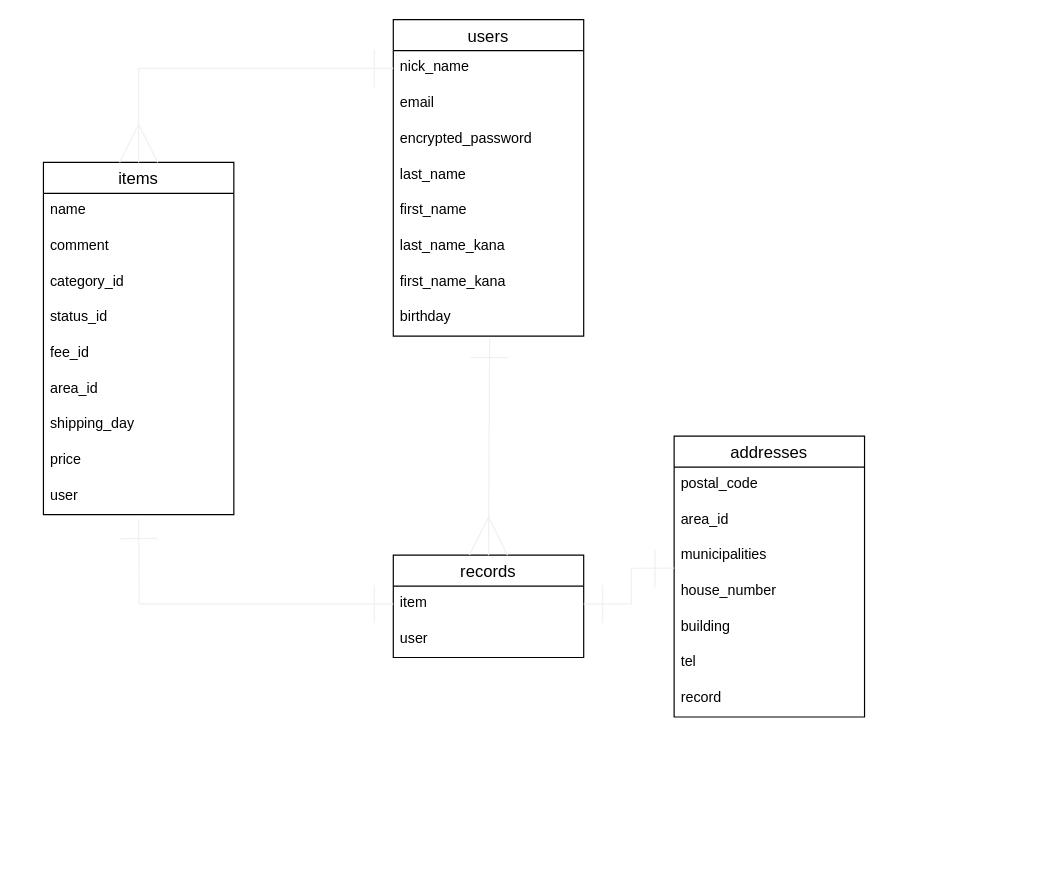
Earlier version of the draw.io diagram ER.dio (y-mak/furima-36339). Source tidied: cells renumbered, new cells numbered last; positions are measured from the earlier drawing's top-left corner, leaving out a move shared by most shapes. Both pictures are drawn from the tidied source at 119%, with x=0, y=0 at pixel (43, 19).
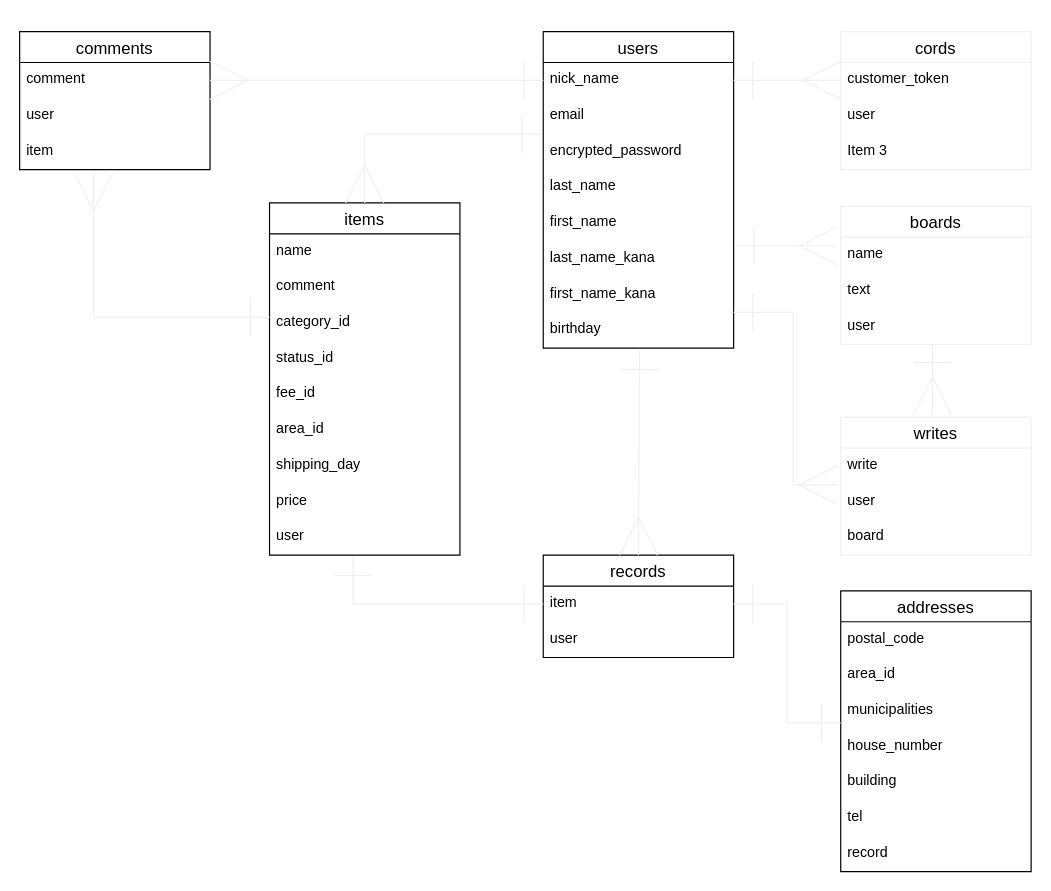
After the change.

Unchanged cells that the change refers to:
```xml
<mxCell id="11" value="user" style="text;strokeColor=none;fillColor=none;spacingLeft=4;spacingRight=4;overflow=hidden;points=[[0,0.5],[1,0.5]];portConstraint=eastwest;fontSize=12;" parent="2" vertex="1">
  <mxGeometry y="266" width="160" height="30" as="geometry" />
</mxCell>
<mxCell id="13" value="nick_name" style="text;strokeColor=none;fillColor=none;spacingLeft=4;spacingRight=4;overflow=hidden;points=[[0,0.5],[1,0.5]];portConstraint=eastwest;fontSize=12;" parent="12" vertex="1">
  <mxGeometry y="26" width="160" height="30" as="geometry" />
</mxCell>
<mxCell id="15" value="encrypted_password" style="text;strokeColor=none;fillColor=none;spacingLeft=4;spacingRight=4;overflow=hidden;points=[[0,0.5],[1,0.5]];portConstraint=eastwest;fontSize=12;" parent="12" vertex="1">
  <mxGeometry y="86" width="160" height="30" as="geometry" />
</mxCell>
<mxCell id="18" value="last_name_kana" style="text;strokeColor=none;fillColor=none;spacingLeft=4;spacingRight=4;overflow=hidden;points=[[0,0.5],[1,0.5]];portConstraint=eastwest;fontSize=12;" parent="12" vertex="1">
  <mxGeometry y="176" width="160" height="30" as="geometry" />
</mxCell>
<mxCell id="22" value="item" style="text;strokeColor=none;fillColor=none;spacingLeft=4;spacingRight=4;overflow=hidden;points=[[0,0.5],[1,0.5]];portConstraint=eastwest;fontSize=12;" parent="21" vertex="1">
  <mxGeometry y="26" width="160" height="30" as="geometry" />
</mxCell>
```

What changed in the source:
```diff
@@
     <mxCell id="2" value="items" style="swimlane;fontStyle=0;horizontal=1;startSize=26;align=center;fontSize=14;" parent="1" vertex="1">
-      <mxGeometry y="120" width="160" height="296" as="geometry" />
+      <mxGeometry x="190" y="154" width="160" height="296" as="geometry" />
     </mxCell>
@@
     <mxCell id="12" value="users" style="swimlane;fontStyle=0;horizontal=1;startSize=26;align=center;fontSize=14;" parent="1" vertex="1">
-      <mxGeometry x="294" width="160" height="266" as="geometry" />
+      <mxGeometry x="420" y="10" width="160" height="266" as="geometry" />
     </mxCell>
@@
     <mxCell id="21" value="records" style="swimlane;fontStyle=0;horizontal=1;startSize=26;align=center;fontSize=14;" parent="1" vertex="1">
-      <mxGeometry x="294" y="450" width="160" height="86" as="geometry" />
+      <mxGeometry x="420" y="450" width="160" height="86" as="geometry" />
     </mxCell>
@@
     <mxCell id="24" value="addresses" style="swimlane;fontStyle=0;horizontal=1;startSize=26;align=center;fontSize=14;" parent="1" vertex="1">
-      <mxGeometry x="530" y="350" width="160" height="236" as="geometry" />
+      <mxGeometry x="670" y="480" width="160" height="236" as="geometry" />
     </mxCell>
@@
-    <mxCell id="32" style="edgeStyle=orthogonalEdgeStyle;rounded=0;jettySize=auto;html=1;exitX=0;exitY=0.5;exitDx=0;exitDy=0;entryX=0.5;entryY=0;entryDx=0;entryDy=0;startArrow=ERone;startFill=0;endArrow=ERmany;endFill=0;startSize=30;strokeColor=#f0f0f0;endSize=30;" parent="1" edge="1" source="13" target="2">
-      <mxGeometry relative="1" as="geometry" />
+    <mxCell id="32" style="edgeStyle=orthogonalEdgeStyle;rounded=0;jettySize=auto;html=1;entryX=0.5;entryY=0;entryDx=0;entryDy=0;startArrow=ERone;startFill=0;endArrow=ERmany;endFill=0;startSize=30;strokeColor=#f0f0f0;endSize=30;exitX=-0.012;exitY=0;exitDx=0;exitDy=0;exitPerimeter=0;" parent="1" edge="1" source="15" target="2">
+      <mxGeometry relative="1" as="geometry">
+        <Array as="points">
+          <mxPoint x="270" y="96" />
+        </Array>
+      </mxGeometry>
     </mxCell>
@@
-    <mxCell id="34" style="edgeStyle=orthogonalEdgeStyle;rounded=0;jettySize=auto;html=1;exitX=0;exitY=0.5;exitDx=0;exitDy=0;startArrow=ERone;startFill=0;endArrow=ERone;endFill=0;startSize=30;endSize=30;strokeColor=#f0f0f0;" parent="1" edge="1" source="22">
+    <mxCell id="34" style="edgeStyle=orthogonalEdgeStyle;rounded=0;jettySize=auto;html=1;exitX=0;exitY=0.5;exitDx=0;exitDy=0;startArrow=ERone;startFill=0;endArrow=ERone;endFill=0;startSize=30;endSize=30;strokeColor=#f0f0f0;entryX=0.438;entryY=1.033;entryDx=0;entryDy=0;entryPerimeter=0;" parent="1" edge="1" source="22" target="11">
       <mxGeometry relative="1" as="geometry">
-        <mxPoint x="80" y="420" as="targetPoint" />
+        <Array as="points">
+          <mxPoint x="260" y="491" />
+        </Array>
       </mxGeometry>
     </mxCell>
@@
+    <mxCell id="36" value="comments" style="swimlane;fontStyle=0;horizontal=1;startSize=26;align=center;fontSize=14;" parent="1" vertex="1">
+      <mxGeometry x="-20" y="10" width="160" height="116" as="geometry" />
+    </mxCell>
+    <mxCell id="37" value="comment" style="text;strokeColor=none;fillColor=none;spacingLeft=4;spacingRight=4;overflow=hidden;points=[[0,0.5],[1,0.5]];portConstraint=eastwest;fontSize=12;" parent="36" vertex="1">
+      <mxGeometry y="26" width="160" height="30" as="geometry" />
+    </mxCell>
+    <mxCell id="38" value="user" style="text;strokeColor=none;fillColor=none;spacingLeft=4;spacingRight=4;overflow=hidden;fontSize=12;" parent="36" vertex="1">
+      <mxGeometry y="56" width="160" height="30" as="geometry" />
+    </mxCell>
+    <mxCell id="39" value="item" style="text;fillColor=none;spacingLeft=4;spacingRight=4;overflow=hidden;points=[[0,0.5],[1,0.5]];portConstraint=eastwest;fontSize=12;" parent="36" vertex="1">
+      <mxGeometry y="86" width="160" height="30" as="geometry" />
+    </mxCell>
+    <mxCell id="40" style="edgeStyle=orthogonalEdgeStyle;rounded=0;jettySize=auto;html=1;entryX=0.388;entryY=1.1;entryDx=0;entryDy=0;startArrow=ERone;startFill=0;endArrow=ERmany;endFill=0;startSize=30;strokeColor=#f0f0f0;endSize=30;exitX=-0.012;exitY=0;exitDx=0;exitDy=0;exitPerimeter=0;entryPerimeter=0;" parent="1" edge="1" target="39">
+      <mxGeometry relative="1" as="geometry">
+        <mxPoint x="190" y="250" as="sourcePoint" />
+        <Array as="points">
+          <mxPoint x="42" y="250" />
+        </Array>
+      </mxGeometry>
+    </mxCell>
+    <mxCell id="41" style="edgeStyle=none;rounded=0;jettySize=auto;html=1;exitX=0;exitY=0.5;exitDx=0;exitDy=0;startArrow=ERone;startFill=0;endArrow=ERmany;endFill=0;startSize=30;endSize=30;strokeColor=#f0f0f0;entryX=1;entryY=0.5;entryDx=0;entryDy=0;" parent="1" edge="1" source="13" target="37">
+      <mxGeometry relative="1" as="geometry" />
+    </mxCell>
+    <mxCell id="42" value="cords" style="swimlane;fontStyle=0;horizontal=1;startSize=26;align=center;fontSize=14;strokeColor=#f0f0f0;" parent="1" vertex="1">
+      <mxGeometry x="670" y="10" width="160" height="116" as="geometry" />
+    </mxCell>
+    <mxCell id="43" value="customer_token" style="text;strokeColor=none;fillColor=none;spacingLeft=4;spacingRight=4;overflow=hidden;points=[[0,0.5],[1,0.5]];portConstraint=eastwest;fontSize=12;" parent="42" vertex="1">
+      <mxGeometry y="26" width="160" height="30" as="geometry" />
+    </mxCell>
+    <mxCell id="44" value="user" style="text;strokeColor=none;fillColor=none;spacingLeft=4;spacingRight=4;overflow=hidden;fontSize=12;" parent="42" vertex="1">
+      <mxGeometry y="56" width="160" height="30" as="geometry" />
+    </mxCell>
+    <mxCell id="45" value="Item 3" style="text;strokeColor=none;fillColor=none;spacingLeft=4;spacingRight=4;overflow=hidden;fontSize=12;" parent="42" vertex="1">
+      <mxGeometry y="86" width="160" height="30" as="geometry" />
+    </mxCell>
+    <mxCell id="46" style="edgeStyle=none;rounded=0;jettySize=auto;html=1;exitX=1;exitY=0.5;exitDx=0;exitDy=0;entryX=0;entryY=0.5;entryDx=0;entryDy=0;startArrow=ERone;startFill=0;endArrow=ERmany;endFill=0;startSize=30;endSize=30;strokeColor=#f0f0f0;" parent="1" edge="1" source="13" target="43">
+      <mxGeometry relative="1" as="geometry" />
+    </mxCell>
+    <mxCell id="47" value="boards" style="swimlane;fontStyle=0;horizontal=1;startSize=26;align=center;fontSize=14;strokeColor=#f0f0f0;" parent="1" vertex="1">
+      <mxGeometry x="670" y="157" width="160" height="116" as="geometry" />
+    </mxCell>
+    <mxCell id="48" value="name" style="text;strokeColor=none;fillColor=none;spacingLeft=4;spacingRight=4;overflow=hidden;points=[[0,0.5],[1,0.5]];portConstraint=eastwest;fontSize=12;" parent="47" vertex="1">
+      <mxGeometry y="26" width="160" height="30" as="geometry" />
+    </mxCell>
+    <mxCell id="49" value="text" style="text;strokeColor=none;fillColor=none;spacingLeft=4;spacingRight=4;overflow=hidden;fontSize=12;" parent="47" vertex="1">
+      <mxGeometry y="56" width="160" height="30" as="geometry" />
+    </mxCell>
+    <mxCell id="50" value="user" style="text;strokeColor=none;fillColor=none;spacingLeft=4;spacingRight=4;overflow=hidden;fontSize=12;" parent="47" vertex="1">
+      <mxGeometry y="86" width="160" height="30" as="geometry" />
+    </mxCell>
+    <mxCell id="51" value="writes" style="swimlane;fontStyle=0;horizontal=1;startSize=26;align=center;fontSize=14;strokeColor=#f0f0f0;" parent="1" vertex="1">
+      <mxGeometry x="670" y="334" width="160" height="116" as="geometry" />
+    </mxCell>
+    <mxCell id="52" value="write" style="text;strokeColor=none;fillColor=none;spacingLeft=4;spacingRight=4;overflow=hidden;fontSize=12;" parent="51" vertex="1">
+      <mxGeometry y="26" width="160" height="30" as="geometry" />
+    </mxCell>
+    <mxCell id="53" value="user" style="text;strokeColor=none;fillColor=none;spacingLeft=4;spacingRight=4;overflow=hidden;points=[[0,0.5],[1,0.5]];portConstraint=eastwest;fontSize=12;" parent="51" vertex="1">
+      <mxGeometry y="56" width="160" height="30" as="geometry" />
+    </mxCell>
+    <mxCell id="54" value="board" style="text;strokeColor=none;fillColor=none;spacingLeft=4;spacingRight=4;overflow=hidden;fontSize=12;" parent="51" vertex="1">
+      <mxGeometry y="86" width="160" height="30" as="geometry" />
+    </mxCell>
+    <mxCell id="55" style="edgeStyle=none;rounded=0;orthogonalLoop=1;jettySize=auto;html=1;startArrow=ERone;startFill=0;endArrow=ERmany;endFill=0;startSize=30;endSize=30;strokeColor=#f0f0f0;" parent="1" edge="1">
+      <mxGeometry relative="1" as="geometry">
+        <mxPoint x="747" y="272" as="sourcePoint" />
+        <mxPoint x="747" y="332" as="targetPoint" />
+      </mxGeometry>
+    </mxCell>
+    <mxCell id="56" style="edgeStyle=none;rounded=0;jettySize=auto;html=1;entryX=-0.019;entryY=0.233;entryDx=0;entryDy=0;startArrow=ERone;startFill=0;endArrow=ERmany;endFill=0;startSize=30;endSize=30;strokeColor=#f0f0f0;entryPerimeter=0;exitX=1.006;exitY=0.133;exitDx=0;exitDy=0;exitPerimeter=0;" parent="1" edge="1" source="18" target="48">
+      <mxGeometry relative="1" as="geometry" />
+    </mxCell>
+    <mxCell id="57" style="edgeStyle=orthogonalEdgeStyle;rounded=0;jettySize=auto;html=1;entryX=-0.019;entryY=0.033;entryDx=0;entryDy=0;startArrow=ERone;startFill=0;endArrow=ERmany;endFill=0;startSize=30;strokeColor=#f0f0f0;endSize=30;entryPerimeter=0;" parent="1" edge="1" target="53">
+      <mxGeometry relative="1" as="geometry">
+        <mxPoint x="580" y="246" as="sourcePoint" />
+        <Array as="points">
+          <mxPoint x="630" y="246" />
+          <mxPoint x="630" y="391" />
+        </Array>
+      </mxGeometry>
+    </mxCell>
```
